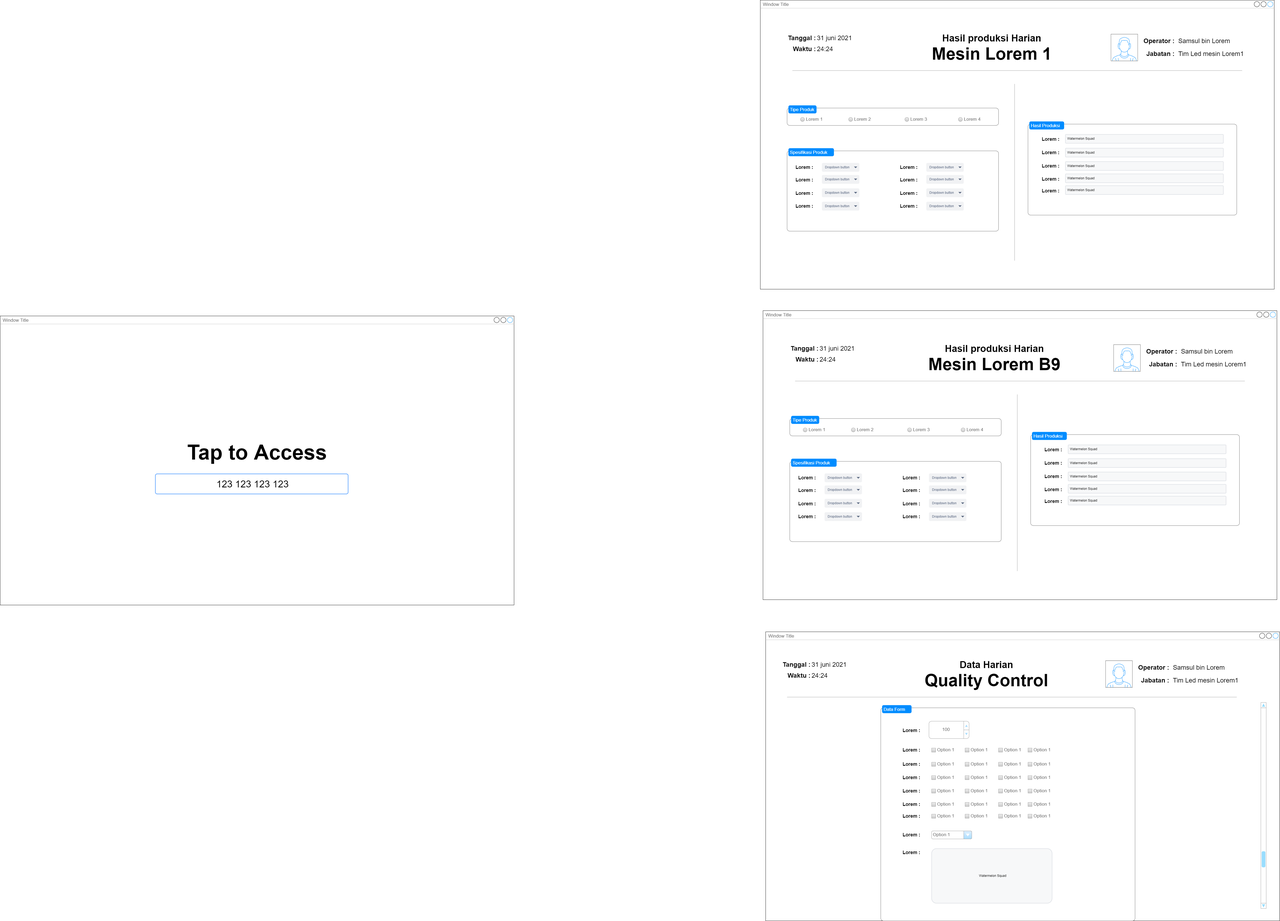
This is ProductionKiosK/ProductionKiosK.drawio.png from Nuur-R/Projek_NSK, a draw.io export, as it was before one commit. Source tidied: cells renumbered, new cells last; positions are measured from the earlier drawing's top-left corner, leaving out a move shared by most shapes.
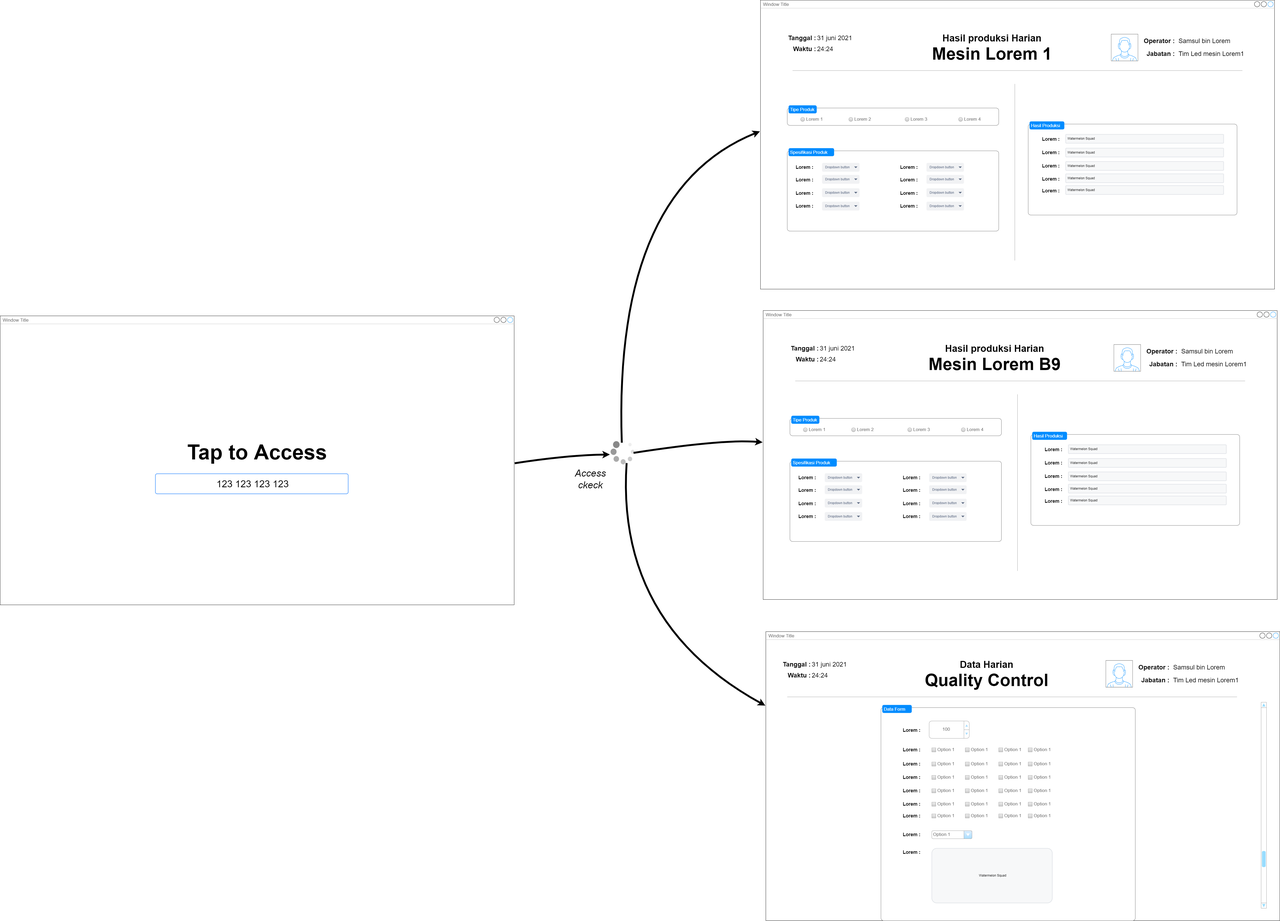
Later version of the same file.

What changed in the source:
```diff
@@ -556,5 +556,39 @@
     <mxCell id="175" value="&lt;font style=&quot;font-size: 36px;&quot;&gt;123 123 123 123&lt;/font&gt;" style="rounded=1;arcSize=9;align=center;spacingLeft=5;strokeColor=#4C9AFF;html=1;strokeWidth=2;fontSize=12;" parent="1" vertex="1">
       <mxGeometry x="580" y="1770" width="720" height="75" as="geometry" />
     </mxCell>
+    <mxCell id="176" style="verticalLabelPosition=bottom;shadow=0;dashed=0;align=center;html=1;verticalAlign=top;strokeWidth=1;shape=mxgraph.mockup.misc.loading_circle_1;fontSize=36;" parent="1" vertex="1">
+      <mxGeometry x="2280" y="1645" width="90" height="90" as="geometry" />
+    </mxCell>
+    <mxCell id="177" value="&lt;i&gt;Access&lt;br&gt;ckeck&lt;br&gt;&lt;/i&gt;" style="text;html=1;strokeColor=none;fillColor=none;align=center;verticalAlign=middle;whiteSpace=wrap;rounded=0;fontSize=36;" parent="1" vertex="1">
+      <mxGeometry x="2140" y="1750" width="130" height="80" as="geometry" />
+    </mxCell>
+    <mxCell id="178" style="curved=1;endArrow=classic;html=1;rounded=0;fontSize=36;strokeWidth=7;exitX=1.001;exitY=0.51;exitDx=0;exitDy=0;exitPerimeter=0;entryX=-0.028;entryY=0.591;entryDx=0;entryDy=0;entryPerimeter=0;" parent="1" edge="1" source="173" target="176">
+      <mxGeometry relative="1" as="geometry">
+        <Array as="points">
+          <mxPoint x="2120" y="1700" />
+        </Array>
+      </mxGeometry>
+    </mxCell>
+    <mxCell id="179" style="curved=1;endArrow=classic;html=1;rounded=0;fontSize=36;strokeWidth=7;exitX=0.956;exitY=0.522;exitDx=0;exitDy=0;exitPerimeter=0;entryX=-0.001;entryY=0.456;entryDx=0;entryDy=0;entryPerimeter=0;" parent="1" edge="1" source="176" target="115">
+      <mxGeometry relative="1" as="geometry">
+        <Array as="points">
+          <mxPoint x="2700" y="1640" />
+        </Array>
+      </mxGeometry>
+    </mxCell>
+    <mxCell id="180" style="curved=1;endArrow=classic;html=1;rounded=0;fontSize=36;strokeWidth=7;entryX=-0.001;entryY=0.256;entryDx=0;entryDy=0;entryPerimeter=0;exitX=0.667;exitY=0.944;exitDx=0;exitDy=0;exitPerimeter=0;" parent="1" edge="1" source="176" target="62">
+      <mxGeometry relative="1" as="geometry">
+        <Array as="points">
+          <mxPoint x="2300" y="2330" />
+        </Array>
+      </mxGeometry>
+    </mxCell>
+    <mxCell id="181" style="curved=1;endArrow=classic;html=1;rounded=0;fontSize=36;strokeWidth=7;exitX=0.467;exitY=0.1;exitDx=0;exitDy=0;exitPerimeter=0;entryX=-0.001;entryY=0.454;entryDx=0;entryDy=0;entryPerimeter=0;" parent="1" edge="1" source="176" target="3">
+      <mxGeometry relative="1" as="geometry">
+        <Array as="points">
+          <mxPoint x="2290" y="710" />
+        </Array>
+      </mxGeometry>
+    </mxCell>
   </root>
 </mxGraphModel>
```
